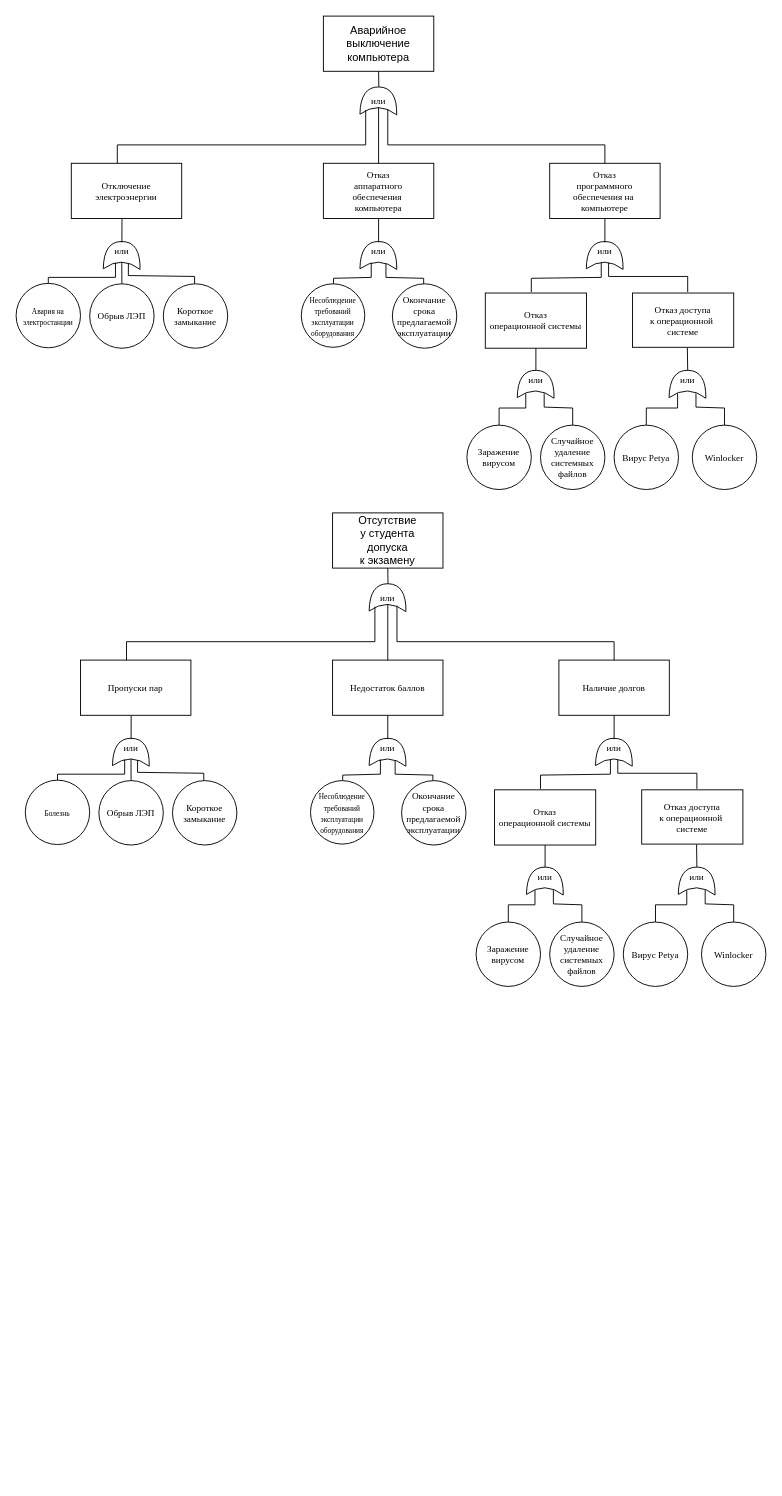
Earlier version of the draw.io diagram Диаграмма без названия.drawio (prochorov/Lab_5). Source tidied: cells renumbered, new cells numbered last; positions are measured from the earlier drawing's top-left corner, leaving out a move shared by most shapes. Both pictures are drawn from the tidied source at 92%, with x=0, y=0 at pixel (16, 16).
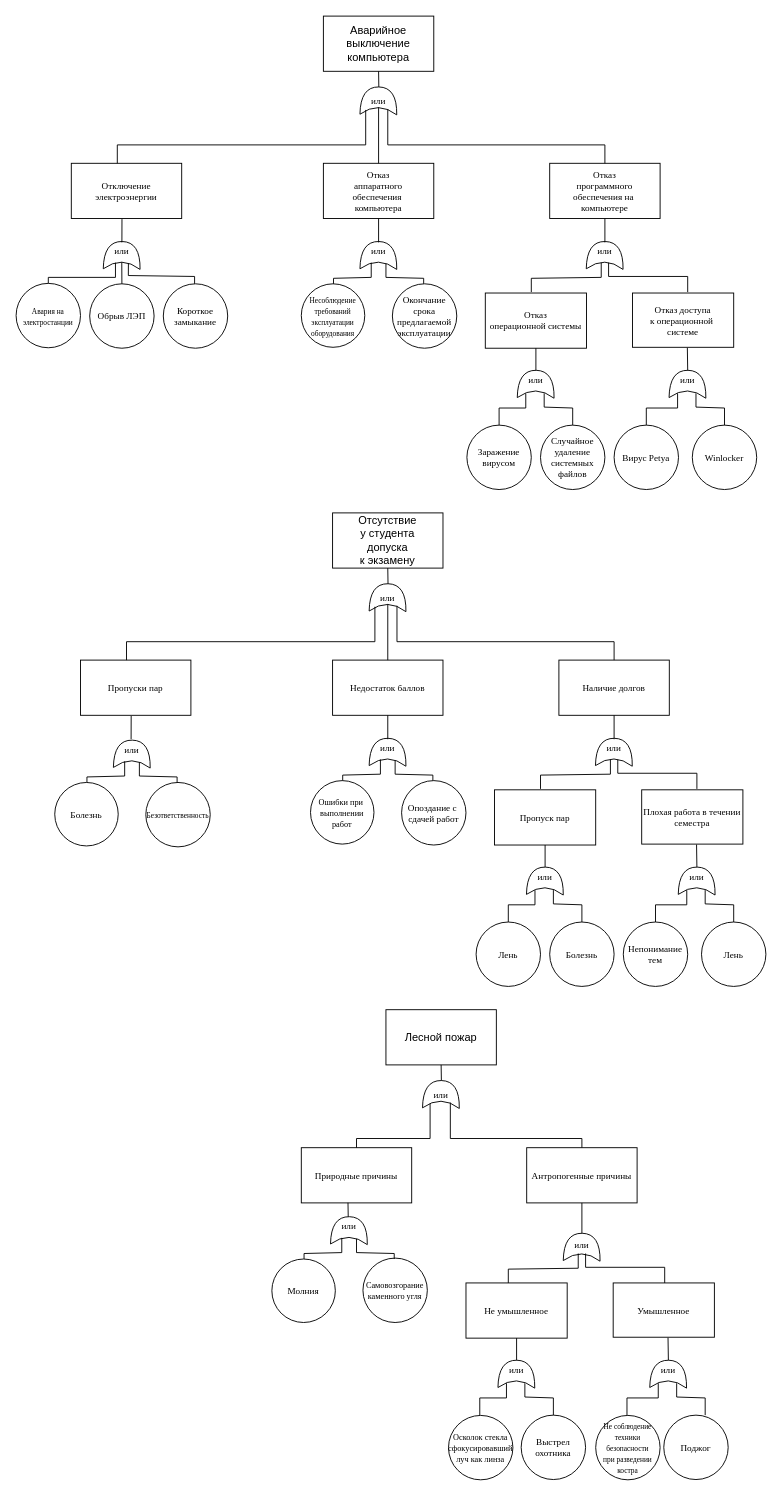
After the change.

What changed in the source:
```diff
@@
-    <mxCell id="61" style="group;" parent="1" vertex="1">
-      <mxGeometry x="95" y="780" width="60" height="35.3" as="geometry" />
-    </mxCell>
-    <mxCell id="62" style="shape=xor;rotation=-89;fontFamily=Times New Roman;fontSize=10;textDirection=ltr;html=1;" parent="61" vertex="1">
-      <mxGeometry x="15" width="30" height="40" as="geometry" />
-    </mxCell>
-    <mxCell id="63" value="или" style="text;html=1;strokeColor=none;fillColor=none;align=center;verticalAlign=middle;whiteSpace=wrap;rounded=0;fontFamily=Times New Roman;fontSize=10;" parent="61" vertex="1">
-      <mxGeometry width="60" height="30" as="geometry" />
-    </mxCell>
@@
-    <mxCell id="70" value="Отказ&lt;br&gt;операционной системы" style="rounded=0;whiteSpace=wrap;html=1;fontFamily=Times New Roman;fontSize=10;" parent="1" vertex="1">
+    <mxCell id="70" value="Пропуск пар" style="rounded=0;whiteSpace=wrap;html=1;fontFamily=Times New Roman;fontSize=10;" parent="1" vertex="1">
       <mxGeometry x="520" y="841" width="110" height="60" as="geometry" />
     </mxCell>
-    <mxCell id="71" value="&lt;span style=&quot;font-size: 8px;&quot;&gt;Болезнь&lt;/span&gt;" style="ellipse;whiteSpace=wrap;html=1;fontFamily=Times New Roman;fontSize=10;" parent="1" vertex="1">
-      <mxGeometry x="10" y="830.5" width="70" height="70" as="geometry" />
-    </mxCell>
-    <mxCell id="72" value="&lt;font size=&quot;1&quot;&gt;Обрыв ЛЭП&lt;/font&gt;" style="ellipse;whiteSpace=wrap;html=1;fontFamily=Times New Roman;fontSize=10;" parent="1" vertex="1">
-      <mxGeometry x="90" y="831" width="70" height="70" as="geometry" />
-    </mxCell>
-    <mxCell id="73" value="Короткое&lt;br&gt;замыкание" style="ellipse;whiteSpace=wrap;html=1;fontFamily=Times New Roman;fontSize=10;" parent="1" vertex="1">
-      <mxGeometry x="170" y="831" width="70" height="70" as="geometry" />
-    </mxCell>
-    <mxCell id="74" value="&lt;font style=&quot;font-size: 8px;&quot;&gt;Несоблюдение&lt;br&gt;требований&lt;br&gt;эксплуатации&lt;br&gt;оборудования&lt;/font&gt;" style="ellipse;whiteSpace=wrap;html=1;fontFamily=Times New Roman;fontSize=10;" parent="1" vertex="1">
+    <mxCell id="74" value="&lt;font style=&quot;font-size: 9px;&quot;&gt;Ошибки при&amp;nbsp;&lt;br&gt;выполнении работ&lt;/font&gt;" style="ellipse;whiteSpace=wrap;html=1;fontFamily=Times New Roman;fontSize=10;" parent="1" vertex="1">
       <mxGeometry x="320" y="831" width="69" height="69" as="geometry" />
     </mxCell>
-    <mxCell id="75" value="Окончание&lt;br&gt;срока&lt;br&gt;предлагаемой&lt;br&gt;эксплуатации" style="ellipse;whiteSpace=wrap;html=1;fontFamily=Times New Roman;fontSize=10;" parent="1" vertex="1">
+    <mxCell id="75" value="Опоздание с&amp;nbsp;&lt;br&gt;сдачей работ" style="ellipse;whiteSpace=wrap;html=1;fontFamily=Times New Roman;fontSize=10;" parent="1" vertex="1">
       <mxGeometry x="419" y="831" width="70" height="70" as="geometry" />
     </mxCell>
-    <mxCell id="76" value="Отказ доступа&lt;br&gt;к операционной&amp;nbsp;&lt;br&gt;системе" style="rounded=0;whiteSpace=wrap;html=1;fontFamily=Times New Roman;fontSize=10;" parent="1" vertex="1">
+    <mxCell id="76" value="Плохая работа в течении&lt;br&gt;семестра" style="rounded=0;whiteSpace=wrap;html=1;fontFamily=Times New Roman;fontSize=10;" parent="1" vertex="1">
       <mxGeometry x="680" y="841" width="110" height="59" as="geometry" />
     </mxCell>
@@
-    <mxCell id="80" value="Заражение&lt;br&gt;вирусом" style="ellipse;whiteSpace=wrap;html=1;fontFamily=Times New Roman;fontSize=10;" parent="1" vertex="1">
+    <mxCell id="80" value="Лень" style="ellipse;whiteSpace=wrap;html=1;fontFamily=Times New Roman;fontSize=10;" parent="1" vertex="1">
       <mxGeometry x="500" y="984.7" width="70" height="70" as="geometry" />
     </mxCell>
-    <mxCell id="81" value="Случайное&lt;br&gt;удаление&lt;br&gt;системных&lt;br&gt;файлов" style="ellipse;whiteSpace=wrap;html=1;fontFamily=Times New Roman;fontSize=10;" parent="1" vertex="1">
+    <mxCell id="81" value="Болезнь" style="ellipse;whiteSpace=wrap;html=1;fontFamily=Times New Roman;fontSize=10;" parent="1" vertex="1">
       <mxGeometry x="580" y="984.7" width="70" height="70" as="geometry" />
     </mxCell>
@@
-    <mxCell id="85" value="Вирус Petya" style="ellipse;whiteSpace=wrap;html=1;fontFamily=Times New Roman;fontSize=10;" parent="1" vertex="1">
+    <mxCell id="85" value="Непонимание&lt;br&gt;тем" style="ellipse;whiteSpace=wrap;html=1;fontFamily=Times New Roman;fontSize=10;" parent="1" vertex="1">
       <mxGeometry x="660" y="984.7" width="70" height="70" as="geometry" />
     </mxCell>
-    <mxCell id="86" value="Winlocker" style="ellipse;whiteSpace=wrap;html=1;fontFamily=Times New Roman;fontSize=10;" parent="1" vertex="1">
+    <mxCell id="86" value="Лень" style="ellipse;whiteSpace=wrap;html=1;fontFamily=Times New Roman;fontSize=10;" parent="1" vertex="1">
       <mxGeometry x="745" y="984.7" width="70" height="70" as="geometry" />
     </mxCell>
@@
-    <mxCell id="91" style="endArrow=none;html=1;rounded=0;fontFamily=Times New Roman;fontSize=8;entryX=0.25;entryY=0.5;entryDx=0;entryDy=0;entryPerimeter=0;exitX=0.5;exitY=0;exitDx=0;exitDy=0;" parent="1" edge="1" source="72" target="62">
-      <mxGeometry relative="1" as="geometry" />
-    </mxCell>
-    <mxCell id="92" style="endArrow=none;html=1;rounded=0;fontFamily=Times New Roman;fontSize=8;exitX=0.618;exitY=0.955;exitDx=0;exitDy=0;exitPerimeter=0;" parent="1" edge="1" source="63">
-      <mxGeometry relative="1" as="geometry">
-        <mxPoint x="204" y="831" as="targetPoint" />
-        <Array as="points">
-          <mxPoint x="132" y="822" />
-          <mxPoint x="204" y="823" />
-        </Array>
-      </mxGeometry>
-    </mxCell>
-    <mxCell id="93" style="endArrow=none;html=1;rounded=0;fontFamily=Times New Roman;fontSize=8;exitX=0.5;exitY=0;exitDx=0;exitDy=0;" parent="1" edge="1" source="71">
-      <mxGeometry relative="1" as="geometry">
-        <mxPoint x="118" y="808" as="targetPoint" />
-        <Array as="points">
-          <mxPoint x="45" y="824" />
-          <mxPoint x="118" y="824" />
-        </Array>
-      </mxGeometry>
-    </mxCell>
@@
+    <mxCell id="106" style="group;" parent="1" vertex="1">
+      <mxGeometry x="96" y="782" width="60" height="35.3" as="geometry" />
+    </mxCell>
+    <mxCell id="107" style="shape=xor;rotation=-89;fontFamily=Times New Roman;fontSize=10;textDirection=ltr;html=1;" parent="106" vertex="1">
+      <mxGeometry x="15" width="30" height="40" as="geometry" />
+    </mxCell>
+    <mxCell id="108" value="или" style="text;html=1;strokeColor=none;fillColor=none;align=center;verticalAlign=middle;whiteSpace=wrap;rounded=0;fontFamily=Times New Roman;fontSize=10;" parent="106" vertex="1">
+      <mxGeometry width="60" height="30" as="geometry" />
+    </mxCell>
+    <mxCell id="71" value="&lt;span style=&quot;&quot;&gt;Болезнь&lt;/span&gt;" style="ellipse;whiteSpace=wrap;html=1;fontFamily=Times New Roman;fontSize=10;" parent="1" vertex="1">
+      <mxGeometry x="42" y="833" width="69" height="69" as="geometry" />
+    </mxCell>
+    <mxCell id="109" value="&lt;span style=&quot;font-size: 8px;&quot;&gt;Безответственность&lt;/span&gt;" style="ellipse;whiteSpace=wrap;html=1;fontFamily=Times New Roman;fontSize=10;" parent="1" vertex="1">
+      <mxGeometry x="141" y="833" width="70" height="70" as="geometry" />
+    </mxCell>
+    <mxCell id="110" style="endArrow=none;html=1;rounded=0;fontFamily=Times New Roman;fontSize=8;" parent="1" edge="1">
+      <mxGeometry relative="1" as="geometry">
+        <mxPoint x="77" y="833" as="sourcePoint" />
+        <mxPoint x="118" y="810" as="targetPoint" />
+        <Array as="points">
+          <mxPoint x="77" y="827" />
+          <mxPoint x="118" y="826" />
+        </Array>
+      </mxGeometry>
+    </mxCell>
+    <mxCell id="111" style="endArrow=none;html=1;rounded=0;fontFamily=Times New Roman;fontSize=8;" parent="1" edge="1">
+      <mxGeometry relative="1" as="geometry">
+        <mxPoint x="175" y="833" as="sourcePoint" />
+        <mxPoint x="134" y="811" as="targetPoint" />
+        <Array as="points">
+          <mxPoint x="175" y="827" />
+          <mxPoint x="134" y="826" />
+        </Array>
+      </mxGeometry>
+    </mxCell>
+    <mxCell id="112" value="Лесной пожар" style="rounded=0;whiteSpace=wrap;html=1;" parent="1" vertex="1">
+      <mxGeometry x="402" y="1080" width="120" height="60" as="geometry" />
+    </mxCell>
+    <mxCell id="113" style="shape=xor;rotation=-89;fontFamily=Times New Roman;fontSize=10;textDirection=ltr;html=1;" parent="1" vertex="1">
+      <mxGeometry x="447" y="1152" width="30" height="40" as="geometry" />
+    </mxCell>
+    <mxCell id="114" style="endArrow=none;html=1;rounded=0;exitX=1;exitY=0.5;exitDx=0;exitDy=0;exitPerimeter=0;" parent="1" edge="1" source="113">
+      <mxGeometry relative="1" as="geometry">
+        <mxPoint x="462" y="1140" as="targetPoint" />
+      </mxGeometry>
+    </mxCell>
+    <mxCell id="115" value="или" style="text;html=1;strokeColor=none;fillColor=none;align=center;verticalAlign=middle;whiteSpace=wrap;rounded=0;fontFamily=Times New Roman;fontSize=10;" parent="1" vertex="1">
+      <mxGeometry x="432" y="1157" width="60" height="30" as="geometry" />
+    </mxCell>
+    <mxCell id="116" value="Природные причины" style="rounded=0;whiteSpace=wrap;html=1;fontFamily=Times New Roman;fontSize=10;" parent="1" vertex="1">
+      <mxGeometry x="310" y="1230" width="120" height="60" as="geometry" />
+    </mxCell>
+    <mxCell id="117" value="Антропогенные причины" style="rounded=0;whiteSpace=wrap;html=1;fontFamily=Times New Roman;fontSize=10;" parent="1" vertex="1">
+      <mxGeometry x="555" y="1230" width="120" height="60" as="geometry" />
+    </mxCell>
+    <mxCell id="118" style="group;" parent="1" vertex="1">
+      <mxGeometry x="332" y="1300" width="60" height="35.3" as="geometry" />
+    </mxCell>
+    <mxCell id="119" style="shape=xor;rotation=-89;fontFamily=Times New Roman;fontSize=10;textDirection=ltr;html=1;" parent="118" vertex="1">
+      <mxGeometry x="15" width="30" height="40" as="geometry" />
+    </mxCell>
+    <mxCell id="120" value="или" style="text;html=1;strokeColor=none;fillColor=none;align=center;verticalAlign=middle;whiteSpace=wrap;rounded=0;fontFamily=Times New Roman;fontSize=10;" parent="118" vertex="1">
+      <mxGeometry width="60" height="30" as="geometry" />
+    </mxCell>
+    <mxCell id="121" style="group;" parent="1" vertex="1">
+      <mxGeometry x="585" y="1318" width="60" height="35.3" as="geometry" />
+    </mxCell>
+    <mxCell id="122" style="shape=xor;rotation=-89;fontFamily=Times New Roman;fontSize=10;textDirection=ltr;html=1;" parent="121" vertex="1">
+      <mxGeometry x="15" width="30" height="40" as="geometry" />
+    </mxCell>
+    <mxCell id="123" value="или" style="text;html=1;strokeColor=none;fillColor=none;align=center;verticalAlign=middle;whiteSpace=wrap;rounded=0;fontFamily=Times New Roman;fontSize=10;" parent="121" vertex="1">
+      <mxGeometry y="2.7" width="60" height="30" as="geometry" />
+    </mxCell>
+    <mxCell id="124" value="Не умышленное" style="rounded=0;whiteSpace=wrap;html=1;fontFamily=Times New Roman;fontSize=10;" parent="1" vertex="1">
+      <mxGeometry x="489" y="1377" width="110" height="60" as="geometry" />
+    </mxCell>
+    <mxCell id="125" value="&lt;font size=&quot;1&quot;&gt;Молния&lt;/font&gt;" style="ellipse;whiteSpace=wrap;html=1;fontFamily=Times New Roman;fontSize=10;" parent="1" vertex="1">
+      <mxGeometry x="278" y="1351" width="69" height="69" as="geometry" />
+    </mxCell>
+    <mxCell id="126" value="&lt;font style=&quot;font-size: 9px;&quot;&gt;Самовозгорание&lt;br&gt;каменного угля&lt;/font&gt;" style="ellipse;whiteSpace=wrap;html=1;fontFamily=Times New Roman;fontSize=10;" parent="1" vertex="1">
+      <mxGeometry x="377" y="1350" width="70" height="70" as="geometry" />
+    </mxCell>
+    <mxCell id="127" value="Умышленное" style="rounded=0;whiteSpace=wrap;html=1;fontFamily=Times New Roman;fontSize=10;" parent="1" vertex="1">
+      <mxGeometry x="649" y="1377" width="110" height="59" as="geometry" />
+    </mxCell>
+    <mxCell id="128" style="group;" parent="1" vertex="1">
+      <mxGeometry x="514" y="1456" width="60" height="35.3" as="geometry" />
+    </mxCell>
+    <mxCell id="129" style="shape=xor;rotation=-89;fontFamily=Times New Roman;fontSize=10;textDirection=ltr;html=1;" parent="128" vertex="1">
+      <mxGeometry x="15" width="30" height="40" as="geometry" />
+    </mxCell>
+    <mxCell id="130" value="или" style="text;html=1;strokeColor=none;fillColor=none;align=center;verticalAlign=middle;whiteSpace=wrap;rounded=0;fontFamily=Times New Roman;fontSize=10;" parent="128" vertex="1">
+      <mxGeometry width="60" height="30" as="geometry" />
+    </mxCell>
+    <mxCell id="131" value="&lt;font style=&quot;font-size: 9px;&quot;&gt;Осколок стекла сфокусировавший луч как линза&lt;/font&gt;" style="ellipse;whiteSpace=wrap;html=1;fontFamily=Times New Roman;fontSize=10;" parent="1" vertex="1">
+      <mxGeometry x="470" y="1521" width="70" height="70" as="geometry" />
+    </mxCell>
+    <mxCell id="132" value="Выстрел&lt;br&gt;охотника" style="ellipse;whiteSpace=wrap;html=1;fontFamily=Times New Roman;fontSize=10;" parent="1" vertex="1">
+      <mxGeometry x="549" y="1520.7" width="70" height="70" as="geometry" />
+    </mxCell>
+    <mxCell id="133" style="group;" parent="1" vertex="1">
+      <mxGeometry x="679" y="1456" width="60" height="35.3" as="geometry" />
+    </mxCell>
+    <mxCell id="134" style="shape=xor;rotation=-89;fontFamily=Times New Roman;fontSize=10;textDirection=ltr;html=1;" parent="133" vertex="1">
+      <mxGeometry x="15" width="30" height="40" as="geometry" />
+    </mxCell>
+    <mxCell id="135" value="или" style="text;html=1;strokeColor=none;fillColor=none;align=center;verticalAlign=middle;whiteSpace=wrap;rounded=0;fontFamily=Times New Roman;fontSize=10;" parent="133" vertex="1">
+      <mxGeometry width="60" height="30" as="geometry" />
+    </mxCell>
+    <mxCell id="136" value="Поджог" style="ellipse;whiteSpace=wrap;html=1;fontFamily=Times New Roman;fontSize=10;" parent="1" vertex="1">
+      <mxGeometry x="704" y="1520.7" width="70" height="70" as="geometry" />
+    </mxCell>
+    <mxCell id="137" style="endArrow=none;html=1;rounded=0;fontFamily=Times New Roman;fontSize=8;exitX=0.5;exitY=0;exitDx=0;exitDy=0;" parent="1" edge="1" source="116">
+      <mxGeometry relative="1" as="geometry">
+        <mxPoint x="450" y="1182" as="targetPoint" />
+        <Array as="points">
+          <mxPoint x="370" y="1220" />
+          <mxPoint x="450" y="1220" />
+        </Array>
+      </mxGeometry>
+    </mxCell>
+    <mxCell id="138" style="endArrow=none;html=1;rounded=0;fontFamily=Times New Roman;fontSize=8;entryX=0.5;entryY=0;entryDx=0;entryDy=0;" parent="1" edge="1" target="117">
+      <mxGeometry relative="1" as="geometry">
+        <mxPoint x="472" y="1181" as="sourcePoint" />
+        <Array as="points">
+          <mxPoint x="472" y="1220" />
+          <mxPoint x="615" y="1220" />
+        </Array>
+      </mxGeometry>
+    </mxCell>
+    <mxCell id="139" style="endArrow=none;html=1;rounded=0;fontFamily=Times New Roman;fontSize=8;entryX=0.423;entryY=0.998;entryDx=0;entryDy=0;entryPerimeter=0;" parent="1" edge="1" target="116">
+      <mxGeometry relative="1" as="geometry">
+        <mxPoint x="361" y="1305" as="sourcePoint" />
+      </mxGeometry>
+    </mxCell>
+    <mxCell id="140" style="endArrow=none;html=1;rounded=0;fontFamily=Times New Roman;fontSize=8;" parent="1" edge="1">
+      <mxGeometry relative="1" as="geometry">
+        <mxPoint x="313" y="1351" as="sourcePoint" />
+        <mxPoint x="354" y="1328" as="targetPoint" />
+        <Array as="points">
+          <mxPoint x="313" y="1345" />
+          <mxPoint x="354" y="1344" />
+        </Array>
+      </mxGeometry>
+    </mxCell>
+    <mxCell id="141" style="endArrow=none;html=1;rounded=0;fontFamily=Times New Roman;fontSize=8;" parent="1" edge="1">
+      <mxGeometry relative="1" as="geometry">
+        <mxPoint x="411" y="1351" as="sourcePoint" />
+        <mxPoint x="370" y="1329" as="targetPoint" />
+        <Array as="points">
+          <mxPoint x="411" y="1345" />
+          <mxPoint x="370" y="1344" />
+        </Array>
+      </mxGeometry>
+    </mxCell>
+    <mxCell id="142" style="endArrow=none;html=1;rounded=0;fontFamily=Times New Roman;fontSize=8;entryX=0.5;entryY=1;entryDx=0;entryDy=0;" parent="1" edge="1" target="117">
+      <mxGeometry relative="1" as="geometry">
+        <mxPoint x="615" y="1323" as="sourcePoint" />
+      </mxGeometry>
+    </mxCell>
+    <mxCell id="143" style="endArrow=none;html=1;rounded=0;fontFamily=Times New Roman;fontSize=8;" parent="1" edge="1">
+      <mxGeometry relative="1" as="geometry">
+        <mxPoint x="535" y="1377" as="sourcePoint" />
+        <mxPoint x="611" y="1345" as="targetPoint" />
+        <Array as="points">
+          <mxPoint x="535" y="1362" />
+          <mxPoint x="611" y="1361" />
+        </Array>
+      </mxGeometry>
+    </mxCell>
+    <mxCell id="144" style="endArrow=none;html=1;rounded=0;fontFamily=Times New Roman;fontSize=8;" parent="1" edge="1">
+      <mxGeometry relative="1" as="geometry">
+        <mxPoint x="705" y="1377" as="sourcePoint" />
+        <mxPoint x="619" y="1345" as="targetPoint" />
+        <Array as="points">
+          <mxPoint x="705" y="1360" />
+          <mxPoint x="619" y="1360" />
+        </Array>
+      </mxGeometry>
+    </mxCell>
+    <mxCell id="145" style="endArrow=none;html=1;rounded=0;fontFamily=Times New Roman;fontSize=8;entryX=0.542;entryY=1.009;entryDx=0;entryDy=0;entryPerimeter=0;" parent="1" edge="1" target="127">
+      <mxGeometry relative="1" as="geometry">
+        <mxPoint x="709" y="1461" as="sourcePoint" />
+      </mxGeometry>
+    </mxCell>
+    <mxCell id="146" style="endArrow=none;html=1;rounded=0;fontFamily=Times New Roman;fontSize=8;entryX=0.5;entryY=1;entryDx=0;entryDy=0;" parent="1" edge="1" target="124">
+      <mxGeometry relative="1" as="geometry">
+        <mxPoint x="544" y="1461" as="sourcePoint" />
+      </mxGeometry>
+    </mxCell>
+    <mxCell id="147" style="endArrow=none;html=1;rounded=0;fontFamily=Times New Roman;fontSize=8;exitX=0.5;exitY=0;exitDx=0;exitDy=0;" parent="1" edge="1">
+      <mxGeometry relative="1" as="geometry">
+        <mxPoint x="504" y="1520.7" as="sourcePoint" />
+        <mxPoint x="533" y="1486" as="targetPoint" />
+        <Array as="points">
+          <mxPoint x="504" y="1502" />
+          <mxPoint x="533" y="1502" />
+        </Array>
+      </mxGeometry>
+    </mxCell>
+    <mxCell id="148" style="endArrow=none;html=1;rounded=0;fontFamily=Times New Roman;fontSize=8;exitX=0.5;exitY=0;exitDx=0;exitDy=0;" parent="1" edge="1">
+      <mxGeometry relative="1" as="geometry">
+        <mxPoint x="584" y="1520.7" as="sourcePoint" />
+        <mxPoint x="553" y="1486" as="targetPoint" />
+        <Array as="points">
+          <mxPoint x="584" y="1502" />
+          <mxPoint x="553" y="1501" />
+        </Array>
+      </mxGeometry>
+    </mxCell>
+    <mxCell id="149" style="endArrow=none;html=1;rounded=0;fontFamily=Times New Roman;fontSize=8;exitX=0.5;exitY=0;exitDx=0;exitDy=0;" parent="1" edge="1">
+      <mxGeometry relative="1" as="geometry">
+        <mxPoint x="749" y="1520.7" as="sourcePoint" />
+        <mxPoint x="718" y="1486" as="targetPoint" />
+        <Array as="points">
+          <mxPoint x="749" y="1502" />
+          <mxPoint x="718" y="1501" />
+        </Array>
+      </mxGeometry>
+    </mxCell>
+    <mxCell id="150" style="endArrow=none;html=1;rounded=0;fontFamily=Times New Roman;fontSize=8;exitX=0.5;exitY=0;exitDx=0;exitDy=0;" parent="1" edge="1">
+      <mxGeometry relative="1" as="geometry">
+        <mxPoint x="664" y="1520.7" as="sourcePoint" />
+        <mxPoint x="698" y="1486" as="targetPoint" />
+        <Array as="points">
+          <mxPoint x="664" y="1502" />
+          <mxPoint x="698" y="1502" />
+        </Array>
+      </mxGeometry>
+    </mxCell>
+    <mxCell id="151" value="&lt;font style=&quot;font-size: 8px;&quot;&gt;Не соблюдение&lt;br&gt;техники&lt;br&gt;безопасности&lt;br&gt;при разведении&lt;br&gt;костра&lt;/font&gt;" style="ellipse;whiteSpace=wrap;html=1;fontFamily=Times New Roman;fontSize=10;" parent="1" vertex="1">
+      <mxGeometry x="630" y="1521" width="70" height="70" as="geometry" />
+    </mxCell>
```
